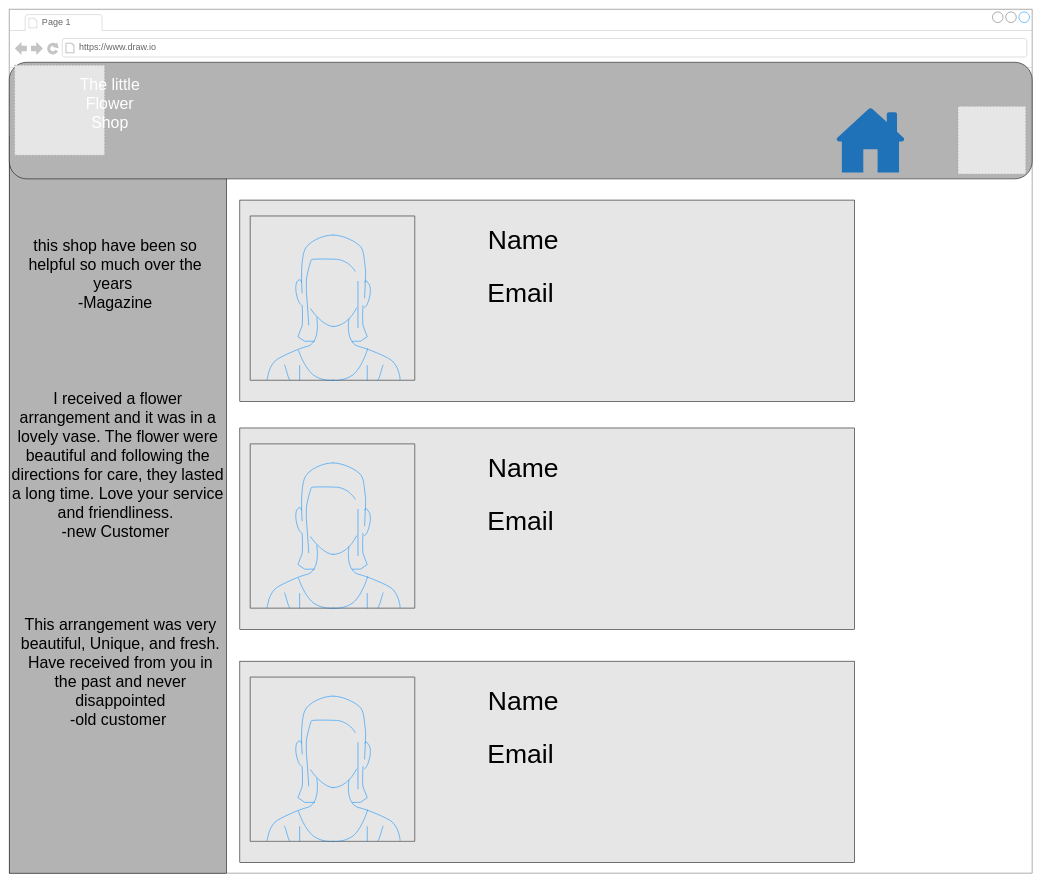
The draw.io diagram page "Contact 2.0" (6 of 7) of Untitled Diagram.drawio in Charliex22/UIDesign-, before the edit. Source tidied: cells renumbered, new cells numbered last; positions are measured from the earlier drawing's top-left corner, leaving out a move shared by most shapes. Both pictures are drawn from the tidied source at 53%, with x=0, y=0 at pixel (9, 9). Pictures stored in the file or linked from it are replaced by grey dashed boxes.
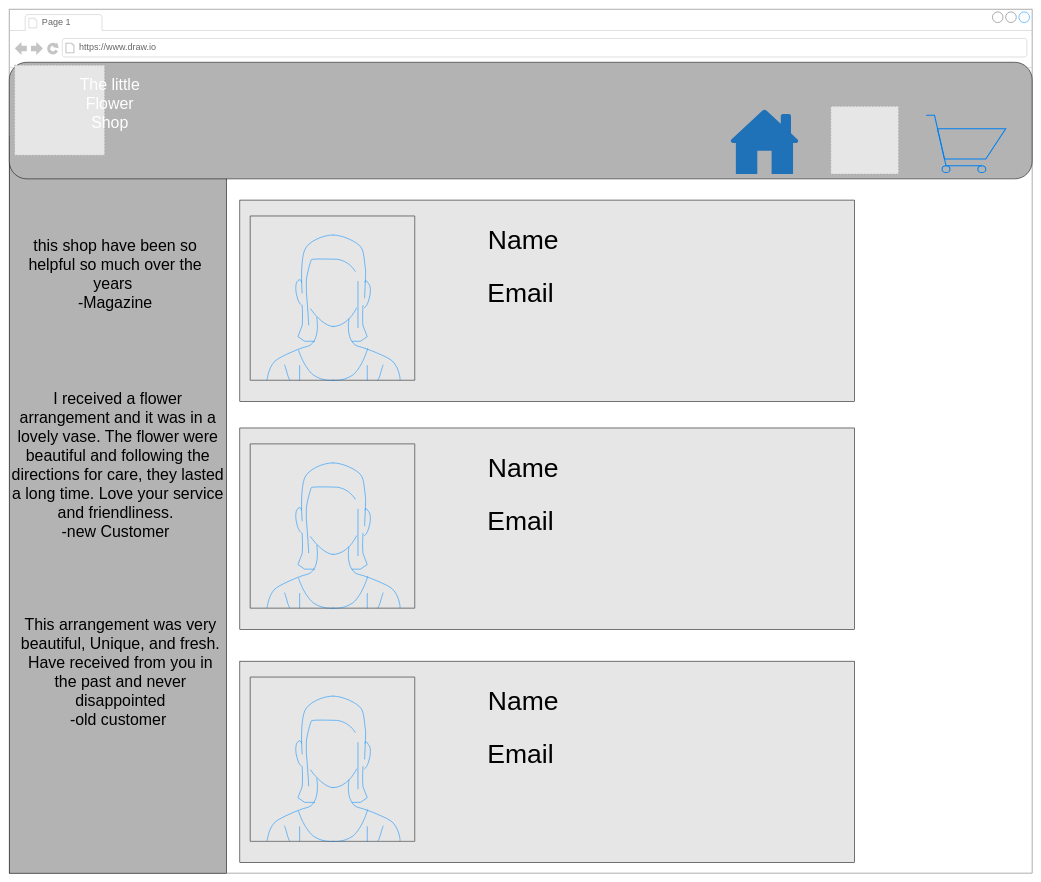
The same page after the edit.

The change refers to these unchanged cells:
```xml
<mxCell id="2" style="strokeWidth=1;shadow=0;dashed=0;align=center;html=1;shape=mxgraph.mockup.containers.browserWindow;rSize=0;strokeColor=#666666;strokeColor2=#008cff;strokeColor3=#c4c4c4;mainText=,;labelBackgroundColor=none;fontFamily=Helvetica;fontSize=20;fontColor=none;fillColor=#FFFFFF;" parent="1" vertex="1">
  <mxGeometry width="1930" height="1630" as="geometry" />
</mxCell>
```

Diff of the diagram source:
```diff
@@
     <mxCell id="7" style="fillColor=#E6E6E6;strokeColor=#999999;dashed=1;html=1;verticalAlign=top;verticalLabelPosition=bottom;labelBackgroundColor=#ffffff;fontFamily=Helvetica;fontSize=73;fontColor=none;" parent="2" vertex="1">
-      <mxGeometry x="1790" y="183" width="128" height="128" as="geometry" />
+      <mxGeometry x="1550" y="183" width="128" height="128" as="geometry" />
     </mxCell>
     <mxCell id="8" style="sketch=0;shadow=0;dashed=0;html=1;strokeColor=none;labelPosition=center;verticalLabelPosition=bottom;verticalAlign=top;align=center;shape=mxgraph.office.concepts.home;fillColor=#2072B8;labelBackgroundColor=none;fontFamily=Helvetica;fontSize=73;fontColor=none;" parent="2" vertex="1">
-      <mxGeometry x="1560" y="186" width="130" height="122" as="geometry" />
+      <mxGeometry x="1360" y="189" width="130" height="122" as="geometry" />
     </mxCell>
@@
+    <mxCell id="26" style="html=1;verticalLabelPosition=bottom;align=center;labelBackgroundColor=#ffffff;verticalAlign=top;strokeWidth=2;strokeColor=#0080F0;shadow=0;dashed=0;shape=mxgraph.ios7.icons.shopping_cart;fontSize=50;fillColor=#B3B3B3;" parent="2" vertex="1">
+      <mxGeometry x="1730" y="200" width="150" height="108" as="geometry" />
+    </mxCell>
```
